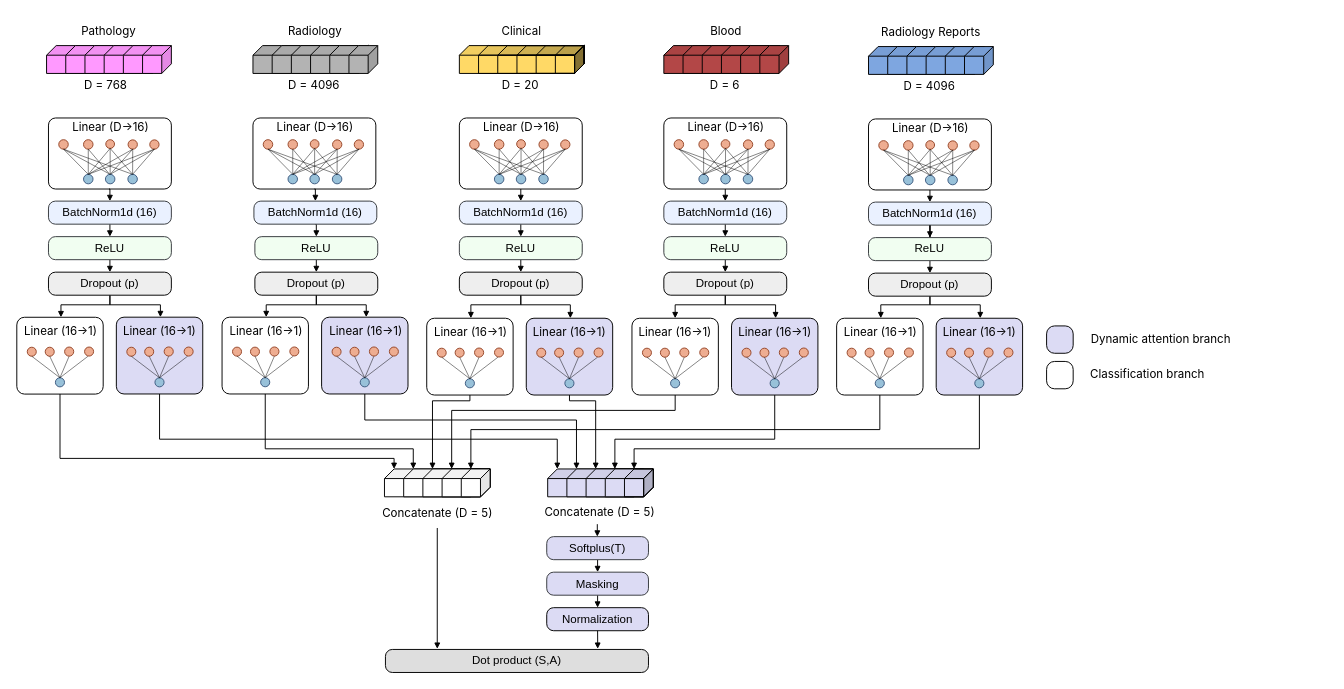
Earlier version of the draw.io diagram pAM.drawio (marcalvi/drawio-nn-templates). Source tidied: cells renumbered, new cells numbered last; positions are measured from the earlier drawing's top-left corner, leaving out a move shared by most shapes. Both pictures are drawn from the tidied source at 96%, with x=0, y=0 at pixel (16, 16).
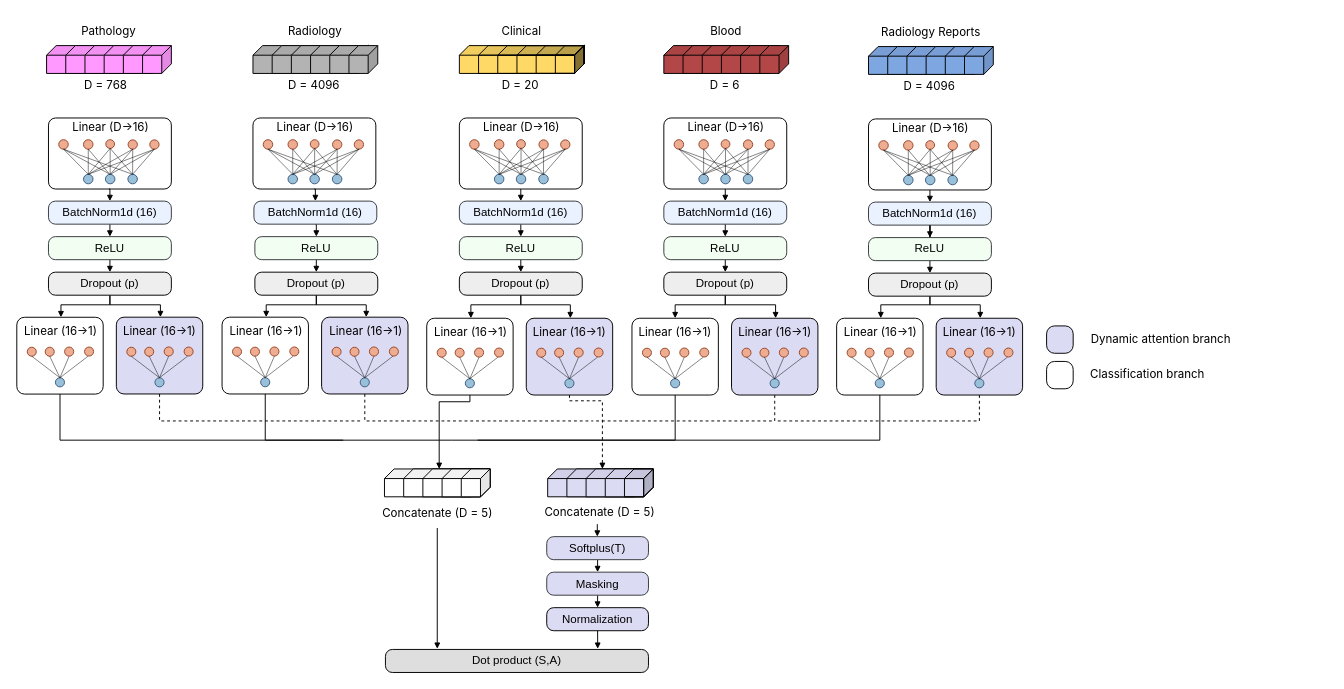
The same diagram, later.

The change refers to these unchanged cells:
```xml
<mxCell id="214" style="rounded=1;fillColor=#DCDBF4;arcSize=10;" parent="213" vertex="1">
  <mxGeometry x="-299.5" y="-24.6" width="90" height="80" as="geometry" />
</mxCell>
<mxCell id="225" style="rounded=1;fillColor=#DCDBF4;arcSize=10;" parent="212" vertex="1">
  <mxGeometry x="-37.5" y="-23.6" width="90" height="80" as="geometry" />
</mxCell>
<mxCell id="237" style="rounded=1;fillColor=none;arcSize=10;" parent="236" vertex="1">
  <mxGeometry width="90" height="80" as="geometry" />
</mxCell>
<mxCell id="249" style="rounded=1;fillColor=none;arcSize=10;" parent="248" vertex="1">
  <mxGeometry width="90" height="80" as="geometry" />
</mxCell>
<mxCell id="260" style="rounded=1;fillColor=#DCDBF4;arcSize=10;" parent="1" vertex="1">
  <mxGeometry x="530.7" y="314" width="90" height="80" as="geometry" />
</mxCell>
<mxCell id="271" style="rounded=1;fillColor=#DCDBF4;arcSize=10;" parent="1" vertex="1">
  <mxGeometry x="744.5" y="314" width="90" height="80" as="geometry" />
</mxCell>
<mxCell id="283" style="rounded=1;fillColor=none;arcSize=10;" parent="282" vertex="1">
  <mxGeometry width="90" height="80" as="geometry" />
</mxCell>
<mxCell id="295" style="rounded=1;fillColor=none;arcSize=10;" parent="294" vertex="1">
  <mxGeometry width="90" height="80" as="geometry" />
</mxCell>
<mxCell id="306" style="rounded=1;fillColor=#DCDBF4;arcSize=10;" parent="1" vertex="1">
  <mxGeometry x="957.7" y="314" width="90" height="80" as="geometry" />
</mxCell>
<mxCell id="318" style="rounded=1;fillColor=none;arcSize=10;" parent="317" vertex="1">
  <mxGeometry width="90" height="80" as="geometry" />
</mxCell>
<mxCell id="336" style="shape=cube;whiteSpace=wrap;html=1;boundedLbl=1;backgroundOutline=1;darkOpacity=0.05;darkOpacity2=0.1;rotation=-180;flipH=0;legacyAnchorPoints=0;flipV=1;size=10;strokeColor=light-dark(#000000,#000000);fillColor=light-dark(#DCDBF4,#7EA6E0);align=center;verticalAlign=middle;fontFamily=Helvetica;fontSize=12;fontColor=default;" parent="335" vertex="1">
  <mxGeometry width="110" height="29" as="geometry" />
</mxCell>
<mxCell id="337" style="shape=cube;whiteSpace=wrap;html=1;boundedLbl=1;backgroundOutline=1;darkOpacity=0.05;darkOpacity2=0.1;rotation=-180;flipH=0;legacyAnchorPoints=0;flipV=1;size=10;strokeColor=light-dark(#000000,#000000);align=center;verticalAlign=middle;fontFamily=Helvetica;fontSize=12;fontColor=default;fillColor=light-dark(#DCDBF4,#7EA6E0);" parent="335" vertex="1">
  <mxGeometry x="20" width="80" height="29" as="geometry" />
</mxCell>
<mxCell id="338" style="shape=cube;whiteSpace=wrap;html=1;boundedLbl=1;backgroundOutline=1;darkOpacity=0.05;darkOpacity2=0.1;rotation=-180;flipH=0;legacyAnchorPoints=0;flipV=1;size=10;strokeColor=light-dark(#000000,#000000);align=center;verticalAlign=middle;fontFamily=Helvetica;fontSize=12;fontColor=default;fillColor=light-dark(#DCDBF4,#7EA6E0);" parent="335" vertex="1">
  <mxGeometry x="40" width="70" height="29" as="geometry" />
</mxCell>
<mxCell id="339" style="shape=cube;whiteSpace=wrap;html=1;boundedLbl=1;backgroundOutline=1;darkOpacity=0.05;darkOpacity2=0.1;rotation=-180;flipH=0;legacyAnchorPoints=0;flipV=1;size=10;strokeColor=light-dark(#000000,#000000);align=center;verticalAlign=middle;fontFamily=Helvetica;fontSize=12;fontColor=default;fillColor=light-dark(#DCDBF4,#7EA6E0);" parent="335" vertex="1">
  <mxGeometry x="60" width="50" height="29" as="geometry" />
</mxCell>
<mxCell id="340" style="shape=cube;whiteSpace=wrap;html=1;boundedLbl=1;backgroundOutline=1;darkOpacity=0.05;darkOpacity2=0.1;rotation=-180;flipH=0;legacyAnchorPoints=0;flipV=1;size=10;strokeColor=light-dark(#000000,#000000);align=center;verticalAlign=middle;fontFamily=Helvetica;fontSize=12;fontColor=default;fillColor=none;" parent="335" vertex="1">
  <mxGeometry x="80" width="30" height="29" as="geometry" />
</mxCell>
<mxCell id="342" style="shape=cube;whiteSpace=wrap;html=1;boundedLbl=1;backgroundOutline=1;darkOpacity=0.05;darkOpacity2=0.1;rotation=-180;flipH=0;legacyAnchorPoints=0;flipV=1;size=10;strokeColor=light-dark(#000000,#000000);fillColor=light-dark(#FFFFFF,#7EA6E0);align=center;verticalAlign=middle;fontFamily=Helvetica;fontSize=12;fontColor=default;" parent="341" vertex="1">
  <mxGeometry width="110" height="29" as="geometry" />
</mxCell>
<mxCell id="343" style="shape=cube;whiteSpace=wrap;html=1;boundedLbl=1;backgroundOutline=1;darkOpacity=0.05;darkOpacity2=0.1;rotation=-180;flipH=0;legacyAnchorPoints=0;flipV=1;size=10;strokeColor=light-dark(#000000,#000000);align=center;verticalAlign=middle;fontFamily=Helvetica;fontSize=12;fontColor=default;fillColor=light-dark(#FFFFFF,#7EA6E0);" parent="341" vertex="1">
  <mxGeometry x="20" width="80" height="29" as="geometry" />
</mxCell>
<mxCell id="344" style="shape=cube;whiteSpace=wrap;html=1;boundedLbl=1;backgroundOutline=1;darkOpacity=0.05;darkOpacity2=0.1;rotation=-180;flipH=0;legacyAnchorPoints=0;flipV=1;size=10;strokeColor=light-dark(#000000,#000000);align=center;verticalAlign=middle;fontFamily=Helvetica;fontSize=12;fontColor=default;fillColor=light-dark(#FFFFFF,#7EA6E0);" parent="341" vertex="1">
  <mxGeometry x="40" width="70" height="29" as="geometry" />
</mxCell>
<mxCell id="345" style="shape=cube;whiteSpace=wrap;html=1;boundedLbl=1;backgroundOutline=1;darkOpacity=0.05;darkOpacity2=0.1;rotation=-180;flipH=0;legacyAnchorPoints=0;flipV=1;size=10;strokeColor=light-dark(#000000,#000000);align=center;verticalAlign=middle;fontFamily=Helvetica;fontSize=12;fontColor=default;fillColor=light-dark(#FFFFFF,#7EA6E0);" parent="341" vertex="1">
  <mxGeometry x="60" width="50" height="29" as="geometry" />
</mxCell>
<mxCell id="346" style="shape=cube;whiteSpace=wrap;html=1;boundedLbl=1;backgroundOutline=1;darkOpacity=0.05;darkOpacity2=0.1;rotation=-180;flipH=0;legacyAnchorPoints=0;flipV=1;size=10;strokeColor=light-dark(#000000,#000000);align=center;verticalAlign=middle;fontFamily=Helvetica;fontSize=12;fontColor=default;fillColor=light-dark(#FFFFFF,#7EA6E0);" parent="341" vertex="1">
  <mxGeometry x="80" width="30" height="29" as="geometry" />
</mxCell>
```

Change to the diagram source:
```diff
@@
-    <mxCell id="347" style="edgeStyle=orthogonalEdgeStyle;shape=connector;rounded=0;jettySize=auto;html=1;exitX=0.5;exitY=1;exitDx=0;exitDy=0;entryX=0;entryY=0;entryDx=100;entryDy=0;entryPerimeter=0;strokeColor=default;align=center;verticalAlign=middle;fontFamily=Helvetica;fontSize=12;fontColor=default;labelBackgroundColor=default;endArrow=block;endFill=1;endSize=4;" parent="1" edge="1" source="249" target="342">
+    <mxCell id="347" style="edgeStyle=orthogonalEdgeStyle;shape=connector;rounded=0;jettySize=auto;html=1;exitX=0.5;exitY=1;exitDx=0;exitDy=0;strokeColor=default;align=center;verticalAlign=middle;fontFamily=Helvetica;fontSize=12;fontColor=default;labelBackgroundColor=default;endArrow=none;endFill=0;endSize=4;" parent="1" edge="1" source="249">
       <mxGeometry relative="1" as="geometry">
+        <mxPoint x="340" y="441" as="targetPoint" />
         <Array as="points">
-          <mxPoint x="45" y="460" />
-          <mxPoint x="393" y="460" />
+          <mxPoint x="45" y="441" />
+          <mxPoint x="310" y="441" />
         </Array>
       </mxGeometry>
     </mxCell>
-    <mxCell id="348" style="edgeStyle=orthogonalEdgeStyle;shape=connector;rounded=0;jettySize=auto;html=1;exitX=0.5;exitY=1;exitDx=0;exitDy=0;entryX=0;entryY=0;entryDx=70;entryDy=0;entryPerimeter=0;strokeColor=default;align=center;verticalAlign=middle;fontFamily=Helvetica;fontSize=12;fontColor=default;labelBackgroundColor=default;endArrow=block;endFill=1;endSize=4;" parent="1" edge="1" source="237" target="343">
+    <mxCell id="348" style="edgeStyle=orthogonalEdgeStyle;shape=connector;rounded=0;jettySize=auto;html=1;exitX=0.5;exitY=1;exitDx=0;exitDy=0;strokeColor=default;align=center;verticalAlign=middle;fontFamily=Helvetica;fontSize=12;fontColor=default;labelBackgroundColor=default;endArrow=none;endFill=0;endSize=4;" parent="1" edge="1" source="237">
       <mxGeometry relative="1" as="geometry">
+        <mxPoint x="440" y="441" as="targetPoint" />
         <Array as="points">
-          <mxPoint x="259" y="450" />
-          <mxPoint x="413" y="450" />
+          <mxPoint x="259" y="441" />
         </Array>
       </mxGeometry>
     </mxCell>
-    <mxCell id="349" style="edgeStyle=orthogonalEdgeStyle;shape=connector;rounded=0;jettySize=auto;html=1;exitX=0.5;exitY=1;exitDx=0;exitDy=0;entryX=0;entryY=0;entryDx=60;entryDy=0;entryPerimeter=0;strokeColor=default;align=center;verticalAlign=middle;fontFamily=Helvetica;fontSize=12;fontColor=default;labelBackgroundColor=default;endArrow=block;endFill=1;endSize=4;" parent="1" edge="1" source="295" target="344">
+    <mxCell id="349" style="edgeStyle=orthogonalEdgeStyle;shape=connector;rounded=0;jettySize=auto;html=1;exitX=0.5;exitY=1;exitDx=0;exitDy=0;strokeColor=default;align=center;verticalAlign=middle;fontFamily=Helvetica;fontSize=12;fontColor=default;labelBackgroundColor=default;endArrow=block;endFill=1;endSize=4;" parent="1" edge="1" source="295">
       <mxGeometry relative="1" as="geometry">
+        <mxPoint x="440" y="471" as="targetPoint" />
         <Array as="points">
-          <mxPoint x="472" y="400" />
-          <mxPoint x="433" y="400" />
+          <mxPoint x="472" y="401" />
+          <mxPoint x="440" y="401" />
+          <mxPoint x="440" y="471" />
         </Array>
       </mxGeometry>
     </mxCell>
-    <mxCell id="350" style="edgeStyle=orthogonalEdgeStyle;shape=connector;rounded=0;jettySize=auto;html=1;exitX=0.5;exitY=1;exitDx=0;exitDy=0;entryX=0;entryY=0;entryDx=40;entryDy=0;entryPerimeter=0;strokeColor=default;align=center;verticalAlign=middle;fontFamily=Helvetica;fontSize=12;fontColor=default;labelBackgroundColor=default;endArrow=block;endFill=1;endSize=4;" parent="1" edge="1" source="283" target="345">
+    <mxCell id="350" style="edgeStyle=orthogonalEdgeStyle;shape=connector;rounded=0;jettySize=auto;html=1;exitX=0.5;exitY=1;exitDx=0;exitDy=0;strokeColor=default;align=center;verticalAlign=middle;fontFamily=Helvetica;fontSize=12;fontColor=default;labelBackgroundColor=default;endArrow=none;endFill=0;endSize=4;" parent="1" edge="1" source="283">
       <mxGeometry relative="1" as="geometry">
+        <mxPoint x="440" y="441" as="targetPoint" />
         <Array as="points">
-          <mxPoint x="686" y="410" />
-          <mxPoint x="453" y="410" />
+          <mxPoint x="686" y="441" />
+          <mxPoint x="453" y="441" />
         </Array>
       </mxGeometry>
     </mxCell>
-    <mxCell id="351" style="edgeStyle=orthogonalEdgeStyle;shape=connector;rounded=0;jettySize=auto;html=1;exitX=0.5;exitY=1;exitDx=0;exitDy=0;entryX=0;entryY=0;entryDx=20;entryDy=0;entryPerimeter=0;strokeColor=default;align=center;verticalAlign=middle;fontFamily=Helvetica;fontSize=12;fontColor=default;labelBackgroundColor=default;endArrow=block;endFill=1;endSize=4;" parent="1" edge="1" source="318" target="346">
+    <mxCell id="351" style="edgeStyle=orthogonalEdgeStyle;shape=connector;rounded=0;jettySize=auto;html=1;exitX=0.5;exitY=1;exitDx=0;exitDy=0;strokeColor=default;align=center;verticalAlign=middle;fontFamily=Helvetica;fontSize=12;fontColor=default;labelBackgroundColor=default;endArrow=none;endFill=0;endSize=4;" parent="1" edge="1" source="318">
       <mxGeometry relative="1" as="geometry">
+        <mxPoint x="480" y="441" as="targetPoint" />
         <Array as="points">
-          <mxPoint x="899" y="430" />
-          <mxPoint x="473" y="430" />
+          <mxPoint x="899" y="441" />
         </Array>
       </mxGeometry>
     </mxCell>
-    <mxCell id="352" style="edgeStyle=orthogonalEdgeStyle;shape=connector;rounded=0;jettySize=auto;html=1;exitX=0.5;exitY=1;exitDx=0;exitDy=0;entryX=0;entryY=0;entryDx=100;entryDy=0;entryPerimeter=0;strokeColor=default;align=center;verticalAlign=middle;fontFamily=Helvetica;fontSize=12;fontColor=default;labelBackgroundColor=default;endArrow=block;endFill=1;endSize=4;" parent="1" edge="1" source="214" target="336">
+    <mxCell id="352" style="edgeStyle=orthogonalEdgeStyle;shape=connector;rounded=0;jettySize=auto;html=1;exitX=0.5;exitY=1;exitDx=0;exitDy=0;strokeColor=default;align=center;verticalAlign=middle;fontFamily=Helvetica;fontSize=12;fontColor=default;labelBackgroundColor=default;endArrow=none;endFill=0;endSize=4;dashed=1;startSize=6;" parent="1" edge="1" source="214">
       <mxGeometry relative="1" as="geometry">
+        <mxPoint x="360" y="421" as="targetPoint" />
         <Array as="points">
-          <mxPoint x="149" y="440" />
-          <mxPoint x="563" y="440" />
+          <mxPoint x="149" y="421" />
         </Array>
       </mxGeometry>
     </mxCell>
-    <mxCell id="353" style="edgeStyle=orthogonalEdgeStyle;shape=connector;rounded=0;jettySize=auto;html=1;exitX=0.5;exitY=1;exitDx=0;exitDy=0;entryX=0;entryY=0;entryDx=70;entryDy=0;entryPerimeter=0;strokeColor=default;align=center;verticalAlign=middle;fontFamily=Helvetica;fontSize=12;fontColor=default;labelBackgroundColor=default;endArrow=block;endFill=1;endSize=4;" parent="1" edge="1" source="225" target="337">
+    <mxCell id="353" style="edgeStyle=orthogonalEdgeStyle;shape=connector;rounded=0;jettySize=auto;html=1;exitX=0.5;exitY=1;exitDx=0;exitDy=0;strokeColor=default;align=center;verticalAlign=middle;fontFamily=Helvetica;fontSize=12;fontColor=default;labelBackgroundColor=default;endArrow=none;endFill=0;endSize=4;dashed=1;" parent="1" edge="1" source="225">
       <mxGeometry relative="1" as="geometry">
+        <mxPoint x="600" y="421" as="targetPoint" />
         <Array as="points">
-          <mxPoint x="362" y="420" />
-          <mxPoint x="583" y="420" />
+          <mxPoint x="363" y="421" />
+          <mxPoint x="600" y="421" />
         </Array>
       </mxGeometry>
     </mxCell>
-    <mxCell id="354" style="edgeStyle=orthogonalEdgeStyle;shape=connector;rounded=0;jettySize=auto;html=1;exitX=0.5;exitY=1;exitDx=0;exitDy=0;entryX=0;entryY=0;entryDx=60;entryDy=0;entryPerimeter=0;strokeColor=default;align=center;verticalAlign=middle;fontFamily=Helvetica;fontSize=12;fontColor=default;labelBackgroundColor=default;endArrow=block;endFill=1;endSize=4;" parent="1" edge="1" source="260" target="338">
+    <mxCell id="354" style="edgeStyle=orthogonalEdgeStyle;shape=connector;rounded=0;jettySize=auto;html=1;exitX=0.5;exitY=1;exitDx=0;exitDy=0;strokeColor=default;align=center;verticalAlign=middle;fontFamily=Helvetica;fontSize=12;fontColor=default;labelBackgroundColor=default;endArrow=block;endFill=1;endSize=4;dashed=1;" parent="1" edge="1" source="260">
       <mxGeometry relative="1" as="geometry">
+        <mxPoint x="610" y="471" as="targetPoint" />
         <Array as="points">
           <mxPoint x="576" y="400" />
-          <mxPoint x="603" y="400" />
+          <mxPoint x="610" y="400" />
+          <mxPoint x="610" y="471" />
         </Array>
       </mxGeometry>
     </mxCell>
-    <mxCell id="355" style="edgeStyle=orthogonalEdgeStyle;shape=connector;rounded=0;jettySize=auto;html=1;exitX=0.5;exitY=1;exitDx=0;exitDy=0;entryX=0;entryY=0;entryDx=40;entryDy=0;entryPerimeter=0;strokeColor=default;align=center;verticalAlign=middle;fontFamily=Helvetica;fontSize=12;fontColor=default;labelBackgroundColor=default;endArrow=block;endFill=1;endSize=4;" parent="1" edge="1" source="271" target="339">
+    <mxCell id="355" style="edgeStyle=orthogonalEdgeStyle;shape=connector;rounded=0;jettySize=auto;html=1;exitX=0.5;exitY=1;exitDx=0;exitDy=0;strokeColor=default;align=center;verticalAlign=middle;fontFamily=Helvetica;fontSize=12;fontColor=default;labelBackgroundColor=default;endArrow=none;endFill=0;endSize=4;dashed=1;" parent="1" edge="1" source="271">
       <mxGeometry relative="1" as="geometry">
+        <mxPoint x="600" y="421" as="targetPoint" />
         <Array as="points">
-          <mxPoint x="790" y="440" />
-          <mxPoint x="623" y="440" />
+          <mxPoint x="790" y="421" />
+          <mxPoint x="623" y="421" />
         </Array>
       </mxGeometry>
     </mxCell>
-    <mxCell id="356" style="edgeStyle=orthogonalEdgeStyle;shape=connector;rounded=0;jettySize=auto;html=1;exitX=0.5;exitY=1;exitDx=0;exitDy=0;entryX=0;entryY=0;entryDx=20;entryDy=0;entryPerimeter=0;strokeColor=default;align=center;verticalAlign=middle;fontFamily=Helvetica;fontSize=12;fontColor=default;labelBackgroundColor=default;endArrow=block;endFill=1;endSize=4;" parent="1" edge="1" source="306" target="340">
+    <mxCell id="356" style="edgeStyle=orthogonalEdgeStyle;shape=connector;rounded=0;jettySize=auto;html=1;exitX=0.5;exitY=1;exitDx=0;exitDy=0;strokeColor=default;align=center;verticalAlign=middle;fontFamily=Helvetica;fontSize=12;fontColor=default;labelBackgroundColor=default;endArrow=none;endFill=0;endSize=4;dashed=1;" parent="1" edge="1" source="306">
       <mxGeometry relative="1" as="geometry">
+        <mxPoint x="790" y="421" as="targetPoint" />
         <Array as="points">
-          <mxPoint x="1003" y="450" />
-          <mxPoint x="643" y="450" />
+          <mxPoint x="1003" y="421" />
         </Array>
       </mxGeometry>
     </mxCell>
```
